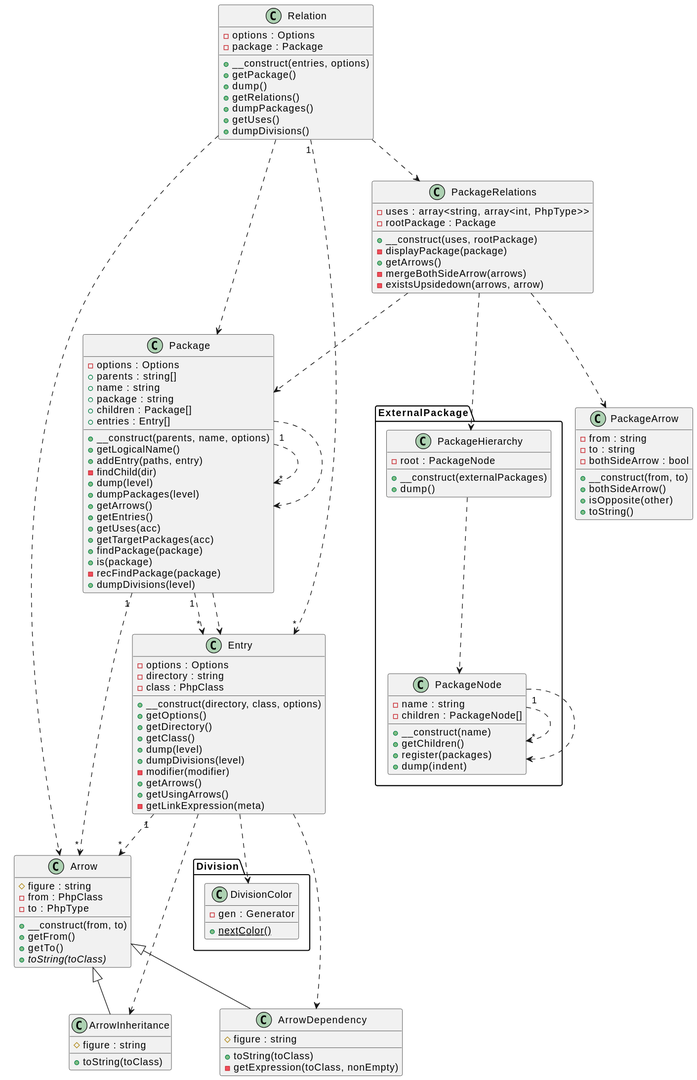
Earlier version of the PlantUML export docs/images/dogfood.svg (smeghead/php-class-diagram).
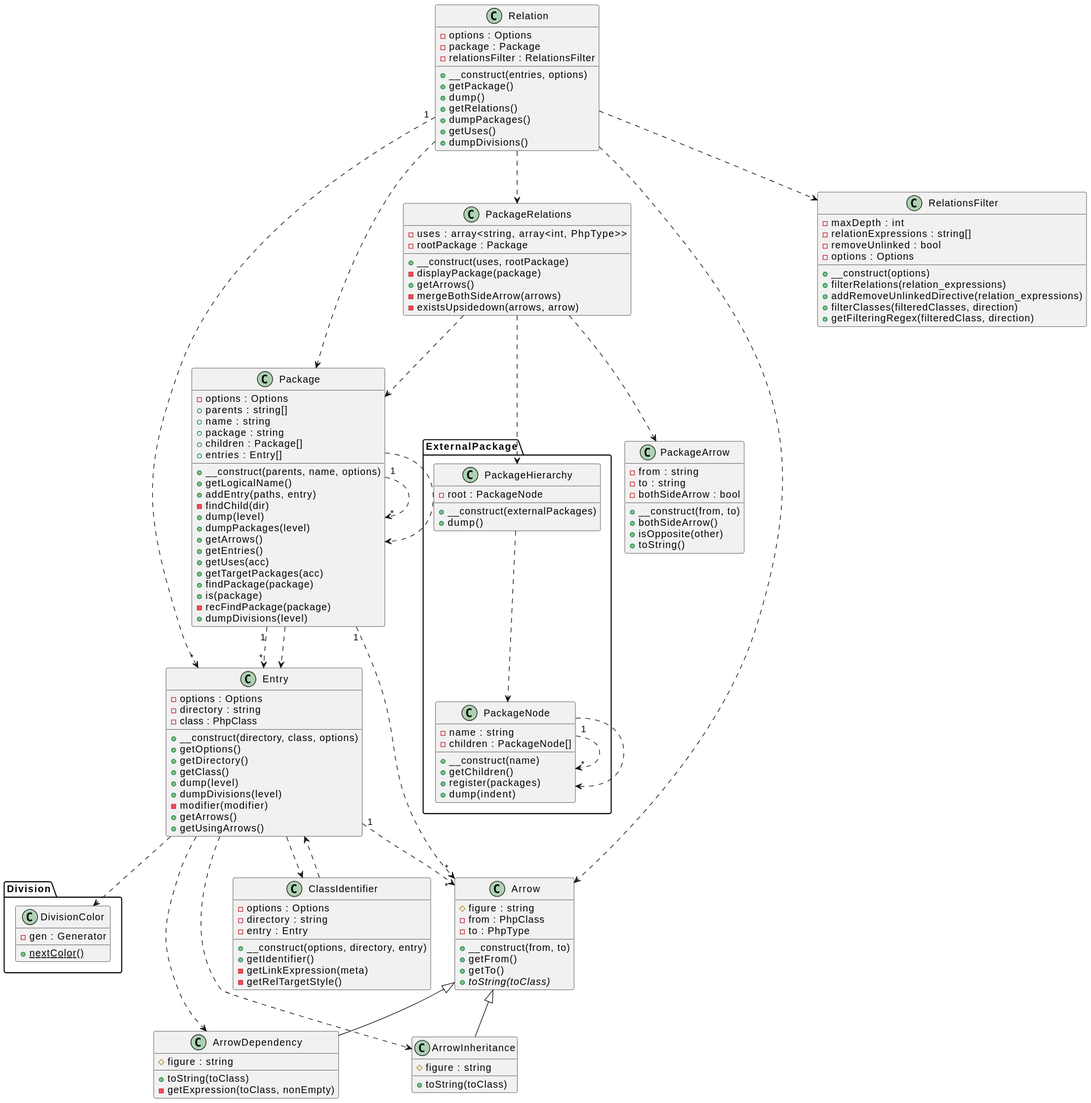
The same file after the commit.

What changed in the source:
```diff
@@ -1,11 +1,27 @@
 @startuml
   skinparam svgLinkTarget _blank
   skinparam topurl https://github.com/smeghead/php-class-diagram/blob/main/src/DiagramElement
-  class "ArrowInheritance" as ArrowInheritance [[//ArrowInheritance.php ArrowInheritance Class]] {
-    #figure : string
-    +toString(toClass)
+  class "PackageRelations" as PackageRelations [[/PackageRelations.php PackageRelations Class]] {
+    -uses : array<string, array<int, PhpType>>
+    -rootPackage : Package
+    +__construct(uses, rootPackage)
+    -displayPackage(package)
+    +getArrows()
+    -mergeBothSideArrow(arrows)
+    -existsUpsidedown(arrows, arrow)
   }
-  class "Entry" as Entry [[//Entry.php Entry Class]] {
+  class "RelationsFilter" as RelationsFilter [[/RelationsFilter.php RelationsFilter Class]] {
+    -maxDepth : int
+    -relationExpressions : string[]
+    -removeUnlinked : bool
+    -options : Options
+    +__construct(options)
+    +filterRelations(relation_expressions)
+    +addRemoveUnlinkedDirective(relation_expressions)
+    +filterClasses(filteredClasses, direction)
+    +getFilteringRegex(filteredClass, direction)
+  }
+  class "Entry" as Entry [[/Entry.php Entry Class]] {
     -options : Options
     -directory : string
     -class : PhpClass
@@ -18,9 +34,31 @@
     -modifier(modifier)
     +getArrows()
     +getUsingArrows()
+  }
+  class "ClassIdentifier" as ClassIdentifier [[/ClassIdentifier.php ClassIdentifier Class]] {
+    -options : Options
+    -directory : string
+    -entry : Entry
+    +__construct(options, directory, entry)
+    +getIdentifier()
     -getLinkExpression(meta)
+    -getRelTargetStyle()
   }
-  class "Arrow" as Arrow [[//Arrow.php Arrow Class]] {
+  class "PackageArrow" as PackageArrow [[/PackageArrow.php PackageArrow Class]] {
+    -from : string
+    -to : string
+    -bothSideArrow : bool
+    +__construct(from, to)
+    +bothSideArrow()
+    +isOpposite(other)
+    +toString()
+  }
+  class "ArrowDependency" as ArrowDependency [[/ArrowDependency.php ArrowDependency Class]] {
+    #figure : string
+    +toString(toClass)
+    -getExpression(toClass, nonEmpty)
+  }
+  class "Arrow" as Arrow [[/Arrow.php Arrow Class]] {
     #figure : string
     -from : PhpClass
     -to : PhpType
@@ -29,25 +67,23 @@
     +getTo()
     {abstract} +toString(toClass)
   }
-  class "PackageArrow" as PackageArrow [[//PackageArrow.php PackageArrow Class]] {
-    -from : string
-    -to : string
-    -bothSideArrow : bool
-    +__construct(from, to)
-    +bothSideArrow()
-    +isOpposite(other)
-    +toString()
+  class "Relation" as Relation [[/Relation.php Relation Class]] {
+    -options : Options
+    -package : Package
+    -relationsFilter : RelationsFilter
+    +__construct(entries, options)
+    +getPackage()
+    +dump()
+    +getRelations()
+    +dumpPackages()
+    +getUses()
+    +dumpDivisions()
   }
-  class "PackageRelations" as PackageRelations [[//PackageRelations.php PackageRelations Class]] {
-    -uses : array<string, array<int, PhpType>>
-    -rootPackage : Package
-    +__construct(uses, rootPackage)
-    -displayPackage(package)
-    +getArrows()
-    -mergeBothSideArrow(arrows)
-    -existsUpsidedown(arrows, arrow)
+  class "ArrowInheritance" as ArrowInheritance [[/ArrowInheritance.php ArrowInheritance Class]] {
+    #figure : string
+    +toString(toClass)
   }
-  class "Package" as Package [[//Package.php Package Class]] {
+  class "Package" as Package [[/Package.php Package Class]] {
     -options : Options
     +parents : string[]
     +name : string
@@ -68,22 +104,6 @@
     +is(package)
     -recFindPackage(package)
     +dumpDivisions(level)
-  }
-  class "Relation" as Relation [[//Relation.php Relation Class]] {
-    -options : Options
-    -package : Package
-    +__construct(entries, options)
-    +getPackage()
-    +dump()
-    +getRelations()
-    +dumpPackages()
-    +getUses()
-    +dumpDivisions()
-  }
-  class "ArrowDependency" as ArrowDependency [[//ArrowDependency.php ArrowDependency Class]] {
-    #figure : string
-    +toString(toClass)
-    -getExpression(toClass, nonEmpty)
   }
   package Division as Division {
     class "DivisionColor" as Division_DivisionColor [[/Division/DivisionColor.php DivisionColor Class]] {
@@ -108,9 +128,11 @@
   }
   Arrow <|-- ArrowDependency
   Arrow <|-- ArrowInheritance
+  ClassIdentifier ..> Entry
   Entry "1" ..> "*" Arrow
   Entry ..> ArrowDependency
   Entry ..> ArrowInheritance
+  Entry ..> ClassIdentifier
   Entry ..> Division_DivisionColor
   ExternalPackage_PackageHierarchy ..> ExternalPackage_PackageNode
   ExternalPackage_PackageNode "1" ..> "*" ExternalPackage_PackageNode
@@ -127,4 +149,5 @@
   Relation ..> Arrow
   Relation ..> Package
   Relation ..> PackageRelations
+  Relation ..> RelationsFilter
 @enduml
```
